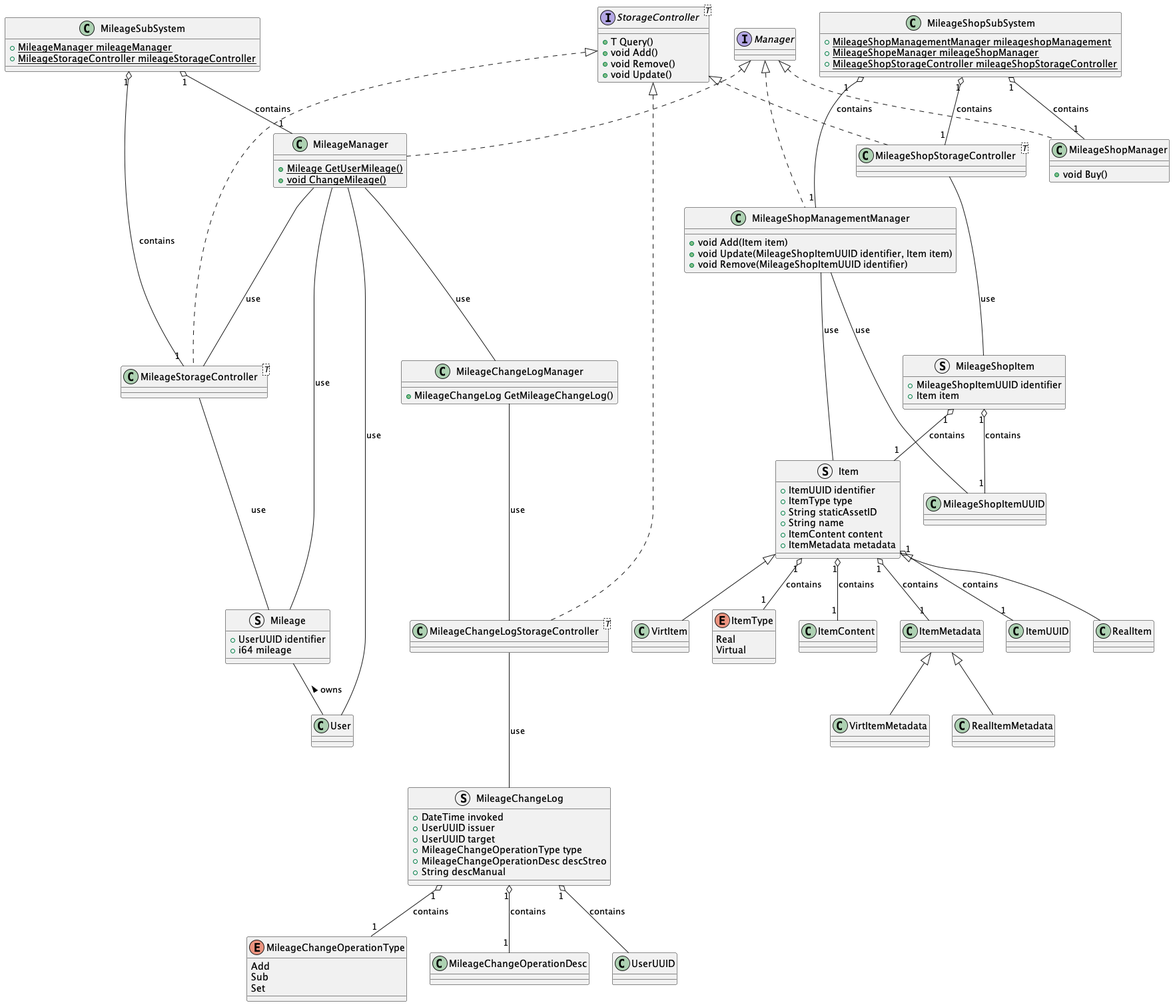
Above: rendered/Mileage.png in ShapeLayer/se-lecture-task__project-structure-definitions (PlantUML), before the change.
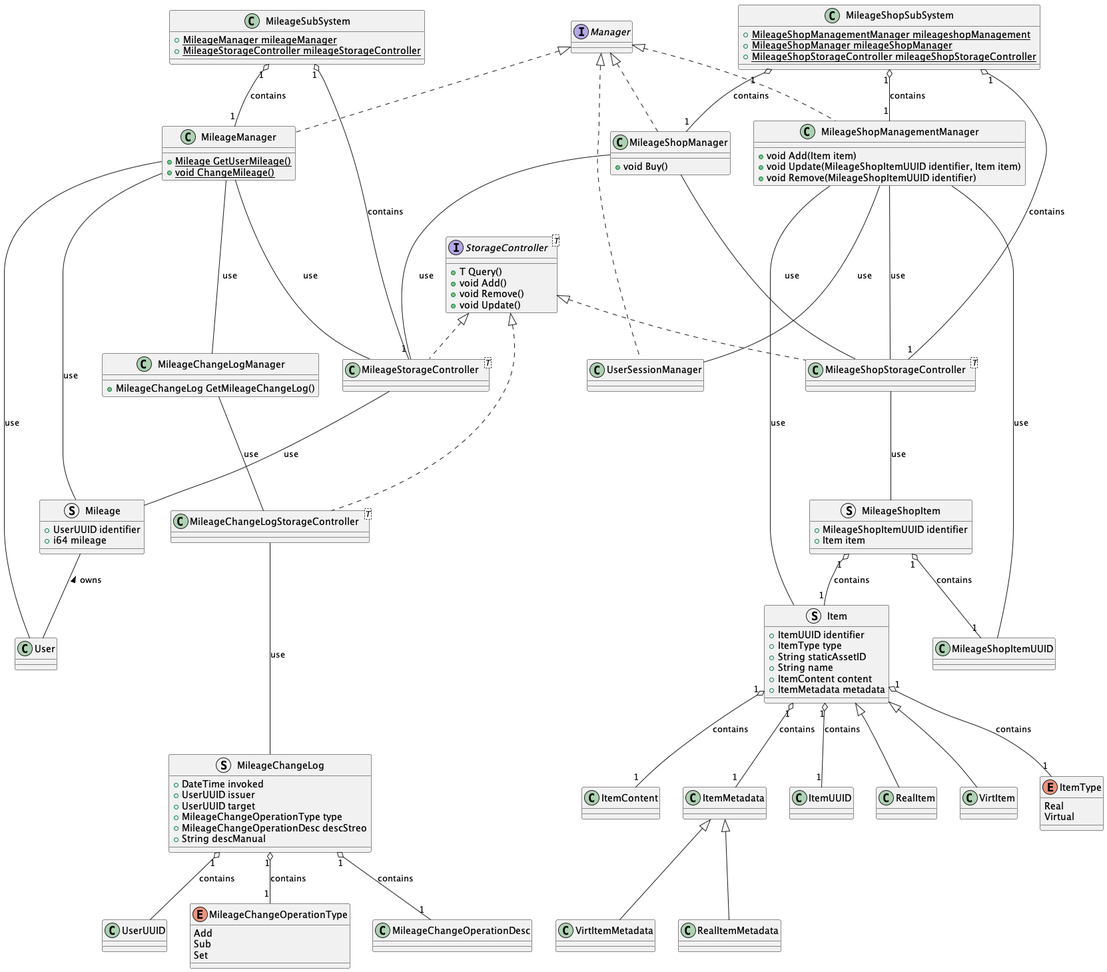
Later version of the same file.

The edit, as a diff of the source:
```diff
@@ -104,6 +104,8 @@
 class MileageShopManager implements Manager {
     + void Buy()
 }
+MileageShopManager --- MileageShopStorageController : use
+MileageShopManager --- MileageStorageController : use
 
 class MileageShopManagementManager implements Manager {
     + void Add(Item item)
@@ -111,15 +113,19 @@
     + void Remove(MileageShopItemUUID identifier)
 }
 
+class UserSessionManager implements Manager {}
+
 MileageShopManagementManager --- Item : use
 MileageShopManagementManager --- MileageShopItemUUID : use
+MileageShopManagementManager --- UserSessionManager : use
+MileageShopManagementManager --- MileageShopStorageController : use
 
 class MileageShopStorageController<T> implements StorageController {}
 MileageShopStorageController --- MileageShopItem : use
 
 class MileageShopSubSystem {
     + {static} MileageShopManagementManager mileageshopManagement
-    + {static} MileageShopeManager mileageShopManager
+    + {static} MileageShopManager mileageShopManager
     + {static} MileageShopStorageController mileageShopStorageController
 }
 MileageShopSubSystem "1" o-- "1" MileageShopManagementManager : contains
```
